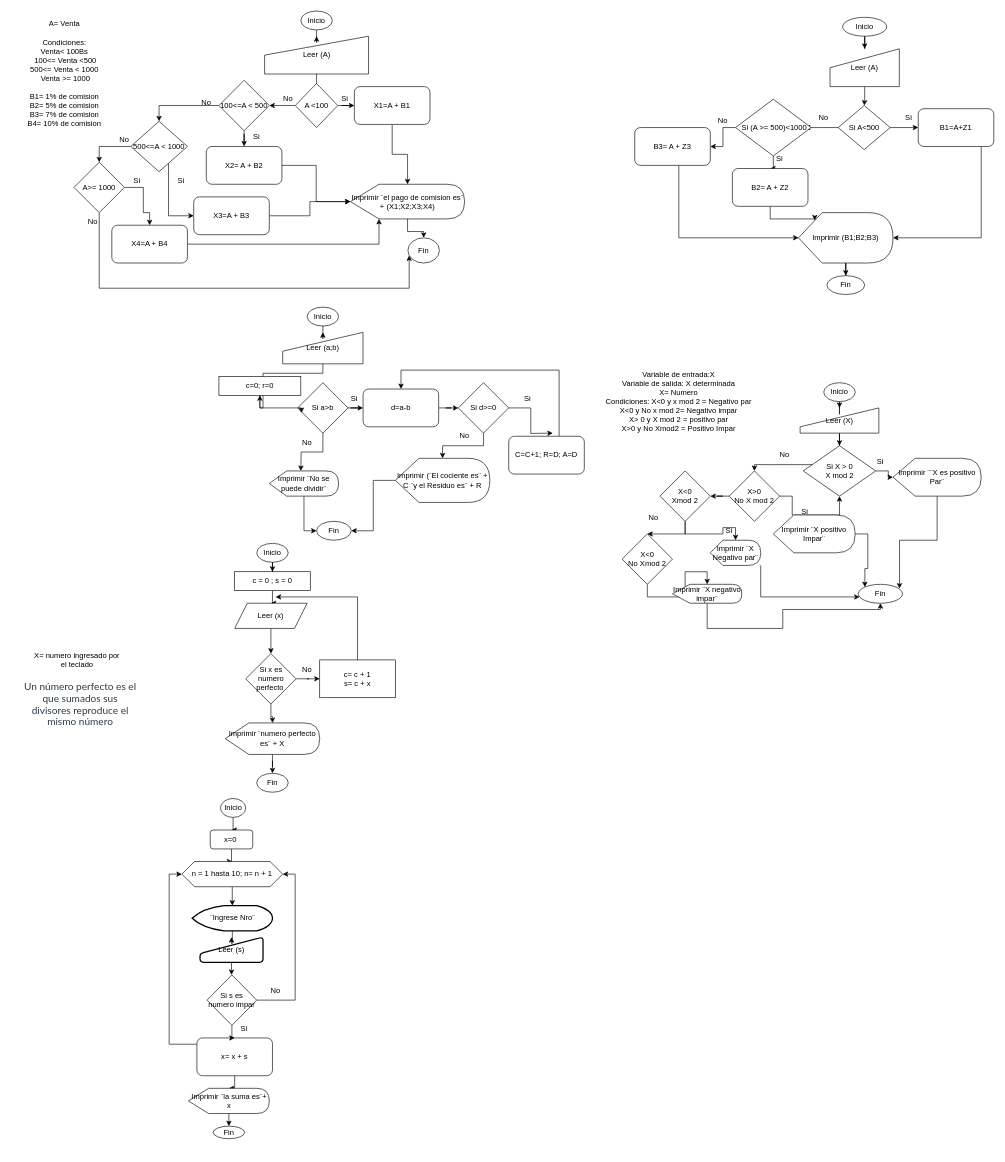
The draw.io diagram Untitled Diagram.drawio in SabriHinojosa/Intro-Progr, before the edit. Source tidied: cells renumbered, new cells numbered last; positions are measured from the earlier drawing's top-left corner, leaving out a move shared by most shapes. Both pictures are drawn from the tidied source at 63%, with x=0, y=0 at pixel (11, 11).
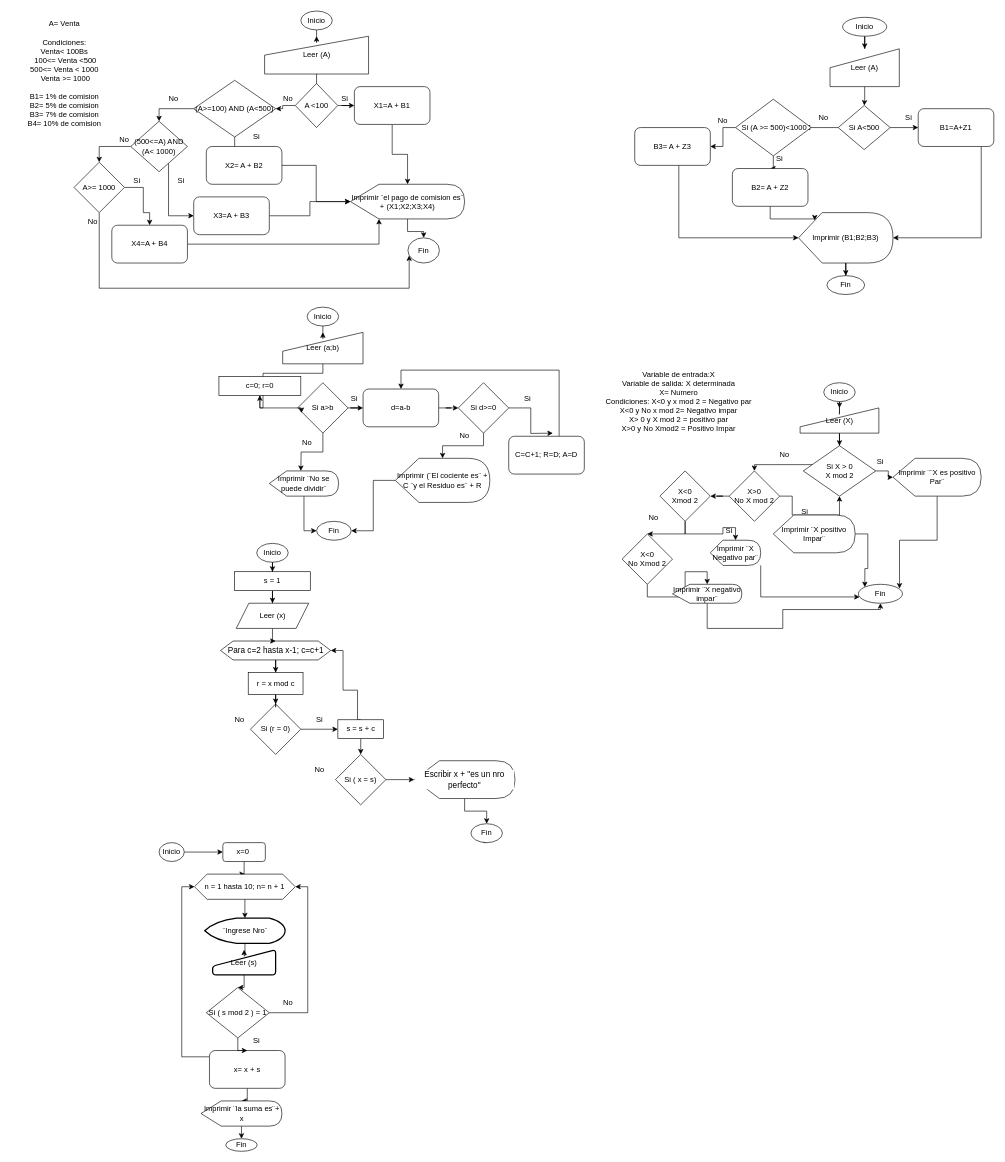
After the change.

What changed in the source:
```diff
@@
-    <mxCell id="90" value="100&amp;lt;=A &amp;lt; 500" style="rhombus;whiteSpace=wrap;html=1;" parent="1" vertex="1">
-      <mxGeometry x="330" y="110" width="80" height="80" as="geometry" />
+    <mxCell id="90" value="(A&amp;gt;=100) AND (A&amp;lt;500)" style="rhombus;whiteSpace=wrap;html=1;" parent="1" vertex="1">
+      <mxGeometry x="290" y="110" width="130" height="90" as="geometry" />
     </mxCell>
@@
-    <mxCell id="99" value="500&amp;lt;=A &amp;lt; 1000" style="rhombus;whiteSpace=wrap;html=1;" parent="1" vertex="1">
+    <mxCell id="99" value="(500&amp;lt;=A) AND (A&amp;lt; 1000)" style="rhombus;whiteSpace=wrap;html=1;" parent="1" vertex="1">
       <mxGeometry x="190" y="175" width="90" height="80" as="geometry" />
     </mxCell>
     <mxCell id="100" value="No" style="text;html=1;strokeColor=none;fillColor=none;align=center;verticalAlign=middle;whiteSpace=wrap;rounded=0;" parent="1" vertex="1">
-      <mxGeometry x="280" y="130" width="60" height="30" as="geometry" />
+      <mxGeometry x="227.5" y="125" width="60" height="30" as="geometry" />
     </mxCell>
@@
-    <mxCell id="119" style="edgeStyle=orthogonalEdgeStyle;rounded=0;jettySize=auto;html=1;" parent="1" edge="1" source="120" target="122">
+    <mxCell id="119" style="edgeStyle=orthogonalEdgeStyle;rounded=0;jettySize=auto;html=1;entryX=0.5;entryY=0;entryDx=0;entryDy=0;" parent="1" edge="1" source="120" target="122">
       <mxGeometry relative="1" as="geometry" />
     </mxCell>
-    <mxCell id="120" value="c = 0 ; s = 0" style="rounded=0;whiteSpace=wrap;html=1;" parent="1" vertex="1">
+    <mxCell id="120" value="s = 1" style="rounded=0;whiteSpace=wrap;html=1;" parent="1" vertex="1">
       <mxGeometry x="355" y="890" width="120" height="30" as="geometry" />
     </mxCell>
-    <mxCell id="121" style="edgeStyle=orthogonalEdgeStyle;rounded=0;jettySize=auto;html=1;" parent="1" edge="1" source="122" target="128">
-      <mxGeometry relative="1" as="geometry" />
-    </mxCell>
+    <mxCell id="155" style="edgeStyle=orthogonalEdgeStyle;rounded=0;jettySize=auto;html=1;" parent="1" edge="1" source="128" target="163">
+      <mxGeometry relative="1" as="geometry" />
+    </mxCell>
+    <mxCell id="128" value="Si (r = 0)" style="rhombus;whiteSpace=wrap;html=1;" parent="1" vertex="1">
+      <mxGeometry x="380" y="1100" width="80" height="80" as="geometry" />
+    </mxCell>
+    <mxCell id="156" style="edgeStyle=orthogonalEdgeStyle;rounded=0;jettySize=auto;html=1;" parent="1" edge="1" source="157" target="160">
+      <mxGeometry relative="1" as="geometry" />
+    </mxCell>
+    <mxCell id="157" value="&lt;span style=&quot;font-family: &amp;#34;arial&amp;#34; ; font-size: 13px ; text-align: left ; background-color: rgb(255 , 255 , 255)&quot;&gt;Para c=2 hasta x-1; c=c+1&lt;/span&gt;" style="shape=hexagon;perimeter=hexagonPerimeter2;whiteSpace=wrap;html=1;fixedSize=1;" parent="1" vertex="1">
+      <mxGeometry x="332.5" y="1000" width="175" height="30" as="geometry" />
+    </mxCell>
+    <mxCell id="158" style="edgeStyle=orthogonalEdgeStyle;rounded=0;jettySize=auto;html=1;" parent="1" edge="1" source="122" target="157">
+      <mxGeometry relative="1" as="geometry" />
+    </mxCell>
     <mxCell id="122" value="Leer (x)" style="shape=parallelogram;perimeter=parallelogramPerimeter;whiteSpace=wrap;html=1;fixedSize=1;" parent="1" vertex="1">
-      <mxGeometry x="355" y="940" width="115" height="40" as="geometry" />
+      <mxGeometry x="357.5" y="940" width="115" height="40" as="geometry" />
     </mxCell>
-    <mxCell id="123" value="&lt;span style=&quot;font-size: 12.0pt ; line-height: 107% ; font-family: &amp;#34;lato&amp;#34; , sans-serif ; color: #2d3b45&quot;&gt;Un número perfecto es el que sumados sus divisores reproduce el mismo número&lt;/span&gt;" style="text;html=1;strokeColor=none;fillColor=none;align=center;verticalAlign=middle;whiteSpace=wrap;rounded=0;" parent="1" vertex="1">
-      <mxGeometry x="20" y="1060" width="180" height="80" as="geometry" />
-    </mxCell>
-    <mxCell id="124" style="edgeStyle=orthogonalEdgeStyle;rounded=0;jettySize=auto;html=1;" parent="1" edge="1" source="125">
-      <mxGeometry relative="1" as="geometry">
-        <mxPoint x="420" y="930" as="targetPoint" />
-        <Array as="points">
-          <mxPoint x="550" y="930" />
-        </Array>
-      </mxGeometry>
-    </mxCell>
-    <mxCell id="125" value="c= c + 1&lt;br&gt;s= c + x" style="rounded=0;whiteSpace=wrap;html=1;" parent="1" vertex="1">
-      <mxGeometry x="490" y="1030" width="120" height="60" as="geometry" />
-    </mxCell>
-    <mxCell id="126" style="edgeStyle=orthogonalEdgeStyle;rounded=0;jettySize=auto;html=1;" parent="1" edge="1" source="128" target="125">
-      <mxGeometry relative="1" as="geometry" />
-    </mxCell>
-    <mxCell id="127" style="edgeStyle=orthogonalEdgeStyle;rounded=0;jettySize=auto;html=1;" parent="1" edge="1" source="128" target="132">
-      <mxGeometry relative="1" as="geometry" />
-    </mxCell>
-    <mxCell id="128" value="Si x es numero perfecto&amp;nbsp;" style="rhombus;whiteSpace=wrap;html=1;" parent="1" vertex="1">
-      <mxGeometry x="372.5" y="1020" width="80" height="80" as="geometry" />
-    </mxCell>
-    <mxCell id="129" value="X= numero ingresado por el teclado" style="text;html=1;strokeColor=none;fillColor=none;align=center;verticalAlign=middle;whiteSpace=wrap;rounded=0;" parent="1" vertex="1">
-      <mxGeometry x="30" y="1010" width="150" height="40" as="geometry" />
-    </mxCell>
-    <mxCell id="130" value="No" style="text;html=1;strokeColor=none;fillColor=none;align=center;verticalAlign=middle;whiteSpace=wrap;rounded=0;" parent="1" vertex="1">
-      <mxGeometry x="440" y="1030" width="60" height="30" as="geometry" />
-    </mxCell>
-    <mxCell id="131" style="edgeStyle=orthogonalEdgeStyle;rounded=0;jettySize=auto;html=1;" parent="1" edge="1" source="132" target="133">
-      <mxGeometry relative="1" as="geometry" />
-    </mxCell>
-    <mxCell id="132" value="Imprimir ¨numero perfecto es¨ + X" style="shape=display;whiteSpace=wrap;html=1;" parent="1" vertex="1">
-      <mxGeometry x="340" y="1130" width="150" height="50" as="geometry" />
-    </mxCell>
-    <mxCell id="133" value="Fin" style="ellipse;whiteSpace=wrap;html=1;" parent="1" vertex="1">
-      <mxGeometry x="390" y="1210" width="50" height="30" as="geometry" />
-    </mxCell>
+    <mxCell id="159" style="edgeStyle=orthogonalEdgeStyle;rounded=0;jettySize=auto;html=1;" parent="1" edge="1" source="160" target="128">
+      <mxGeometry relative="1" as="geometry" />
+    </mxCell>
+    <mxCell id="160" value="r = x mod c" style="rounded=0;whiteSpace=wrap;html=1;labelBackgroundColor=#FFFFFF;" parent="1" vertex="1">
+      <mxGeometry x="376.5" y="1050" width="87" height="35" as="geometry" />
+    </mxCell>
+    <mxCell id="161" style="edgeStyle=orthogonalEdgeStyle;rounded=0;jettySize=auto;html=1;" parent="1" edge="1" source="163">
+      <mxGeometry relative="1" as="geometry">
+        <mxPoint x="555" y="1180" as="targetPoint" />
+      </mxGeometry>
+    </mxCell>
+    <mxCell id="162" style="edgeStyle=orthogonalEdgeStyle;rounded=0;jettySize=auto;html=1;entryX=1;entryY=0.5;entryDx=0;entryDy=0;exitX=0.5;exitY=0;exitDx=0;exitDy=0;" parent="1" edge="1" source="163" target="157">
+      <mxGeometry relative="1" as="geometry">
+        <Array as="points">
+          <mxPoint x="550" y="1125" />
+          <mxPoint x="550" y="1078" />
+          <mxPoint x="527" y="1078" />
+          <mxPoint x="527" y="1015" />
+        </Array>
+      </mxGeometry>
+    </mxCell>
+    <mxCell id="163" value="s = s + c" style="rounded=0;whiteSpace=wrap;html=1;labelBackgroundColor=#FFFFFF;" parent="1" vertex="1">
+      <mxGeometry x="518.8" y="1125" width="72.5" height="30" as="geometry" />
+    </mxCell>
+    <mxCell id="164" value="Si" style="text;html=1;strokeColor=none;fillColor=none;align=center;verticalAlign=middle;whiteSpace=wrap;rounded=0;labelBackgroundColor=#FFFFFF;" parent="1" vertex="1">
+      <mxGeometry x="460" y="1110" width="60" height="30" as="geometry" />
+    </mxCell>
+    <mxCell id="165" value="No" style="text;html=1;strokeColor=none;fillColor=none;align=center;verticalAlign=middle;whiteSpace=wrap;rounded=0;labelBackgroundColor=#FFFFFF;" parent="1" vertex="1">
+      <mxGeometry x="332.5" y="1110" width="60" height="30" as="geometry" />
+    </mxCell>
+    <mxCell id="166" style="edgeStyle=orthogonalEdgeStyle;rounded=0;jettySize=auto;html=1;" parent="1" edge="1" source="167" target="176">
+      <mxGeometry relative="1" as="geometry" />
+    </mxCell>
+    <mxCell id="167" value="Si ( x = s)" style="rhombus;whiteSpace=wrap;html=1;labelBackgroundColor=#FFFFFF;" parent="1" vertex="1">
+      <mxGeometry x="515" y="1180" width="80" height="80" as="geometry" />
+    </mxCell>
@@
     <mxCell id="135" value="Inicio" style="ellipse;whiteSpace=wrap;html=1;" parent="1" vertex="1">
-      <mxGeometry x="332.5" y="1250" width="40" height="30" as="geometry" />
+      <mxGeometry x="235" y="1320" width="40" height="30" as="geometry" />
     </mxCell>
@@
     <mxCell id="137" value="x=0&amp;nbsp;" style="rounded=1;whiteSpace=wrap;html=1;" parent="1" vertex="1">
-      <mxGeometry x="316.2" y="1300" width="67.5" height="30" as="geometry" />
+      <mxGeometry x="336.2" y="1320" width="67.5" height="30" as="geometry" />
     </mxCell>
@@
     <mxCell id="139" value="n = 1 hasta 10; n= n + 1" style="shape=hexagon;perimeter=hexagonPerimeter2;whiteSpace=wrap;html=1;fixedSize=1;" parent="1" vertex="1">
-      <mxGeometry x="271.2" y="1350" width="160" height="40" as="geometry" />
+      <mxGeometry x="291.2" y="1370" width="160" height="40" as="geometry" />
     </mxCell>
@@
     <mxCell id="141" value="¨Ingrese Nro¨" style="strokeWidth=2;html=1;shape=mxgraph.flowchart.display;whiteSpace=wrap;" parent="1" vertex="1">
-      <mxGeometry x="287.5" y="1420" width="127.5" height="40" as="geometry" />
+      <mxGeometry x="307.5" y="1440" width="127.5" height="40" as="geometry" />
     </mxCell>
-    <mxCell id="142" style="edgeStyle=orthogonalEdgeStyle;rounded=0;jettySize=auto;html=1;" parent="1" edge="1" source="143" target="149">
-      <mxGeometry relative="1" as="geometry" />
-    </mxCell>
+    <mxCell id="168" style="edgeStyle=orthogonalEdgeStyle;rounded=0;jettySize=auto;html=1;" parent="1" edge="1" source="143" target="171">
+      <mxGeometry relative="1" as="geometry" />
+    </mxCell>
     <mxCell id="143" value="Leer (s)" style="html=1;strokeWidth=2;shape=manualInput;whiteSpace=wrap;rounded=1;size=26;arcSize=11;" parent="1" vertex="1">
-      <mxGeometry x="300" y="1470" width="100" height="40" as="geometry" />
+      <mxGeometry x="320" y="1490" width="100" height="40" as="geometry" />
     </mxCell>
     <mxCell id="144" style="edgeStyle=orthogonalEdgeStyle;rounded=0;jettySize=auto;html=1;entryX=0;entryY=0.5;entryDx=0;entryDy=0;" parent="1" edge="1" source="146" target="139">
       <mxGeometry relative="1" as="geometry">
         <Array as="points">
-          <mxPoint x="251" y="1640" />
-          <mxPoint x="251" y="1370" />
+          <mxPoint x="271" y="1660" />
+          <mxPoint x="271" y="1390" />
         </Array>
       </mxGeometry>
     </mxCell>
@@
     <mxCell id="146" value="x= x + s" style="rounded=1;whiteSpace=wrap;html=1;" parent="1" vertex="1">
-      <mxGeometry x="295" y="1630" width="120" height="60" as="geometry" />
+      <mxGeometry x="315" y="1650" width="120" height="60" as="geometry" />
     </mxCell>
-    <mxCell id="147" style="edgeStyle=orthogonalEdgeStyle;rounded=0;jettySize=auto;html=1;entryX=1;entryY=0.5;entryDx=0;entryDy=0;" parent="1" edge="1" source="149" target="139">
-      <mxGeometry relative="1" as="geometry">
-        <Array as="points">
-          <mxPoint x="451" y="1570" />
-          <mxPoint x="451" y="1370" />
-        </Array>
-      </mxGeometry>
-    </mxCell>
-    <mxCell id="148" style="edgeStyle=orthogonalEdgeStyle;rounded=0;jettySize=auto;html=1;" parent="1" edge="1" source="149" target="146">
-      <mxGeometry relative="1" as="geometry" />
-    </mxCell>
-    <mxCell id="149" value="Si s es numero impar" style="rhombus;whiteSpace=wrap;html=1;" parent="1" vertex="1">
-      <mxGeometry x="311.2" y="1530" width="78.8" height="80" as="geometry" />
-    </mxCell>
-    <mxCell id="150" value="No" style="text;html=1;strokeColor=none;fillColor=none;align=center;verticalAlign=middle;whiteSpace=wrap;rounded=0;" parent="1" vertex="1">
-      <mxGeometry x="390" y="1540" width="60" height="30" as="geometry" />
-    </mxCell>
+    <mxCell id="169" style="edgeStyle=orthogonalEdgeStyle;rounded=0;jettySize=auto;html=1;entryX=1;entryY=0.5;entryDx=0;entryDy=0;" parent="1" edge="1" source="171" target="139">
+      <mxGeometry relative="1" as="geometry">
+        <Array as="points">
+          <mxPoint x="471" y="1590" />
+          <mxPoint x="471" y="1390" />
+        </Array>
+      </mxGeometry>
+    </mxCell>
+    <mxCell id="170" style="edgeStyle=orthogonalEdgeStyle;rounded=0;jettySize=auto;html=1;" parent="1" edge="1" source="171" target="146">
+      <mxGeometry relative="1" as="geometry" />
+    </mxCell>
+    <mxCell id="171" value="Si ( s mod 2 ) = 1" style="rhombus;whiteSpace=wrap;html=1;" parent="1" vertex="1">
+      <mxGeometry x="310" y="1550" width="100" height="80" as="geometry" />
+    </mxCell>
+    <mxCell id="172" value="No" style="text;html=1;strokeColor=none;fillColor=none;align=center;verticalAlign=middle;whiteSpace=wrap;rounded=0;" parent="1" vertex="1">
+      <mxGeometry x="410" y="1560" width="60" height="30" as="geometry" />
+    </mxCell>
     <mxCell id="151" value="Si" style="text;html=1;strokeColor=none;fillColor=none;align=center;verticalAlign=middle;whiteSpace=wrap;rounded=0;" parent="1" vertex="1">
-      <mxGeometry x="340" y="1600" width="60" height="30" as="geometry" />
+      <mxGeometry x="360" y="1620" width="60" height="30" as="geometry" />
     </mxCell>
-    <mxCell id="152" style="edgeStyle=orthogonalEdgeStyle;rounded=0;jettySize=auto;html=1;" parent="1" edge="1" source="153" target="154">
-      <mxGeometry relative="1" as="geometry" />
-    </mxCell>
+    <mxCell id="173" style="edgeStyle=orthogonalEdgeStyle;rounded=0;jettySize=auto;html=1;" parent="1" edge="1" source="153" target="174">
+      <mxGeometry relative="1" as="geometry" />
+    </mxCell>
     <mxCell id="153" value="Imprimir ¨la suma es¨+ x" style="shape=display;whiteSpace=wrap;html=1;" parent="1" vertex="1">
-      <mxGeometry x="281.5" y="1710" width="128.5" height="40" as="geometry" />
+      <mxGeometry x="301.5" y="1730" width="128.5" height="40" as="geometry" />
     </mxCell>
-    <mxCell id="154" value="Fin" style="ellipse;whiteSpace=wrap;html=1;" parent="1" vertex="1">
-      <mxGeometry x="320.8" y="1770" width="50" height="20" as="geometry" />
-    </mxCell>
+    <mxCell id="174" value="Fin" style="ellipse;whiteSpace=wrap;html=1;" parent="1" vertex="1">
+      <mxGeometry x="340.8" y="1790" width="50" height="20" as="geometry" />
+    </mxCell>
+    <mxCell id="175" style="edgeStyle=orthogonalEdgeStyle;rounded=0;jettySize=auto;html=1;" parent="1" edge="1" source="176" target="178">
+      <mxGeometry relative="1" as="geometry" />
+    </mxCell>
+    <mxCell id="176" value="&lt;span style=&quot;font-family: &amp;#34;arial&amp;#34; ; font-size: 13px ; text-align: left ; background-color: rgb(255 , 255 , 255)&quot;&gt;Escribir x + &quot;es un nro perfecto&quot;&lt;/span&gt;" style="shape=display;whiteSpace=wrap;html=1;labelBackgroundColor=#FFFFFF;" parent="1" vertex="1">
+      <mxGeometry x="640" y="1190" width="160" height="60" as="geometry" />
+    </mxCell>
+    <mxCell id="177" style="edgeStyle=orthogonalEdgeStyle;rounded=0;jettySize=auto;html=1;exitX=0.5;exitY=1;exitDx=0;exitDy=0;" parent="1" edge="1" source="178">
+      <mxGeometry relative="1" as="geometry">
+        <mxPoint x="750" y="1310" as="targetPoint" />
+      </mxGeometry>
+    </mxCell>
+    <mxCell id="178" value="Fin" style="ellipse;whiteSpace=wrap;html=1;labelBackgroundColor=#FFFFFF;" parent="1" vertex="1">
+      <mxGeometry x="730" y="1290" width="50" height="30" as="geometry" />
+    </mxCell>
+    <mxCell id="179" value="No" style="text;html=1;strokeColor=none;fillColor=none;align=center;verticalAlign=middle;whiteSpace=wrap;rounded=0;labelBackgroundColor=#FFFFFF;" parent="1" vertex="1">
+      <mxGeometry x="460" y="1190" width="60" height="30" as="geometry" />
+    </mxCell>
```
